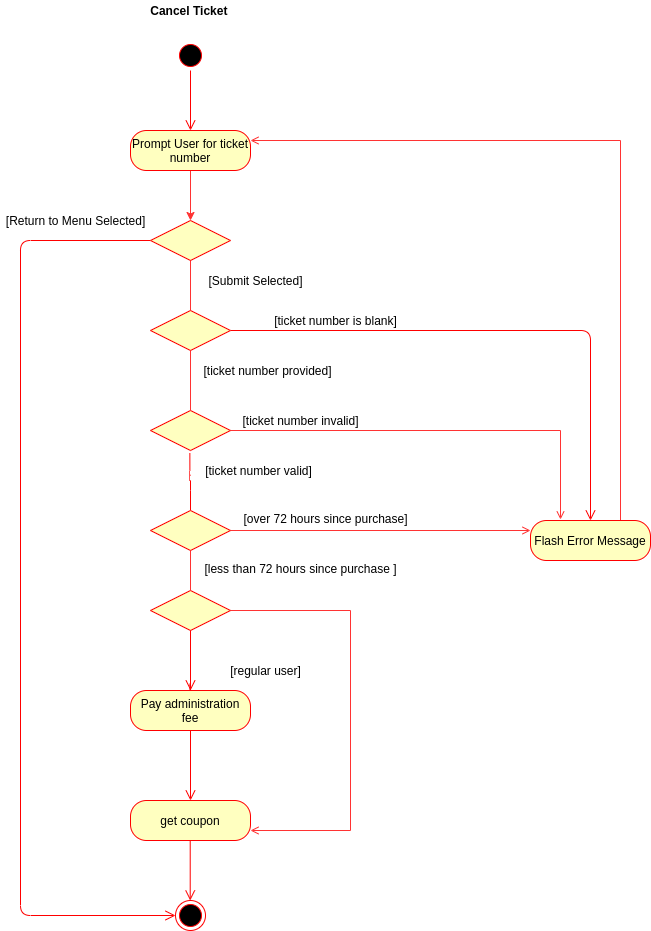
Earlier version of the draw.io export ActivityDiagrams/RefundTicketActivityDiagram.png (mklasby/ENSF_619_PROJECT). Source tidied: cells renumbered, new cells last; positions are measured from the earlier drawing's top-left corner, leaving out a move shared by most shapes.
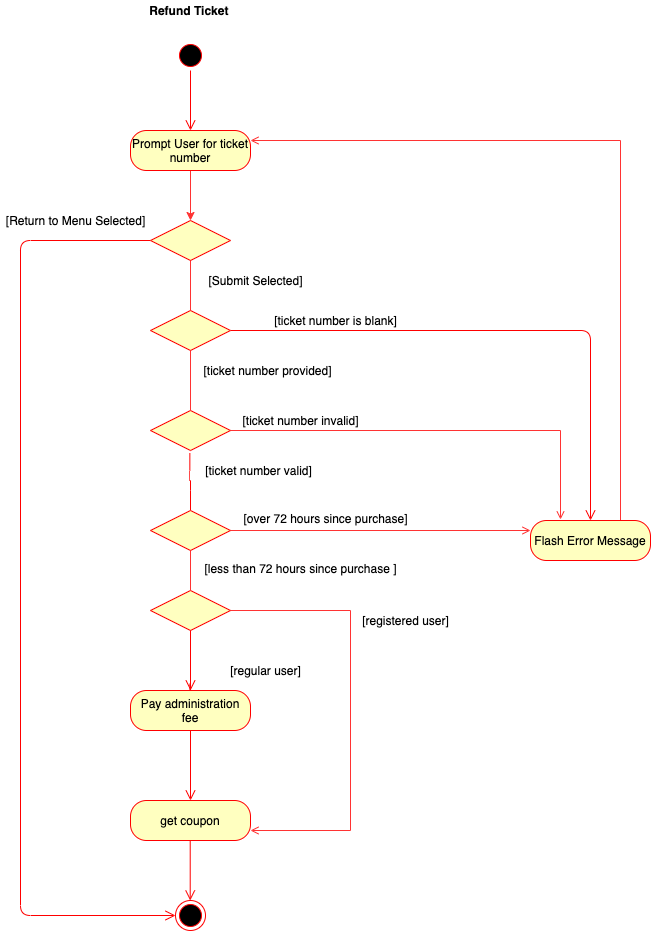
The same file after the commit.

Commit message:
updated refund ticket activity diagram

The edit, as a diff of the source:
```diff
@@ -5,51 +5,51 @@
     <mxCell id="2" style="ellipse;html=1;shape=startState;fillColor=#000000;strokeColor=#ff0000;" parent="1" vertex="1">
       <mxGeometry x="175" y="40" width="30" height="30" as="geometry" />
     </mxCell>
-    <mxCell id="3" style="edgeStyle=orthogonalEdgeStyle;html=1;verticalAlign=bottom;endArrow=open;endSize=8;strokeColor=#ff0000;" parent="1" edge="1" source="2">
-      <mxGeometry relative="1" as="geometry">
-        <mxPoint x="190" y="130" as="targetPoint" />
-      </mxGeometry>
-    </mxCell>
+    <mxCell id="39" style="edgeStyle=orthogonalEdgeStyle;html=1;verticalAlign=bottom;endArrow=open;endSize=8;strokeColor=#ff0000;" parent="1" edge="1" source="2">
+      <mxGeometry relative="1" as="geometry">
+        <mxPoint x="190" y="130" as="targetPoint" />
+      </mxGeometry>
+    </mxCell>
     <mxCell id="4" style="edgeStyle=orthogonalEdgeStyle;rounded=0;jettySize=auto;html=1;exitX=0.5;exitY=1;exitDx=0;exitDy=0;entryX=0.5;entryY=0;entryDx=0;entryDy=0;strokeColor=#FF3333;" parent="1" edge="1" source="5" target="25">
       <mxGeometry relative="1" as="geometry" />
     </mxCell>
     <mxCell id="5" value="Prompt User for ticket number" style="rounded=1;whiteSpace=wrap;html=1;arcSize=40;fontColor=#000000;fillColor=#ffffc0;strokeColor=#ff0000;" parent="1" vertex="1">
       <mxGeometry x="130" y="130" width="120" height="40" as="geometry" />
     </mxCell>
-    <mxCell id="6" style="edgeStyle=orthogonalEdgeStyle;html=1;verticalAlign=bottom;endArrow=open;endSize=8;strokeColor=#ff0000;" parent="1" edge="1" source="36">
-      <mxGeometry relative="1" as="geometry">
-        <mxPoint x="189.7" y="730" as="targetPoint" />
-        <Array as="points">
-          <mxPoint x="190" y="680" />
-        </Array>
-      </mxGeometry>
-    </mxCell>
-    <mxCell id="7" value="&lt;b&gt;Cancel Ticket&lt;/b&gt;&amp;nbsp;" style="text;html=1;align=center;verticalAlign=middle;" parent="1" vertex="1">
-      <mxGeometry x="140" width="100" height="20" as="geometry" />
-    </mxCell>
+    <mxCell id="40" style="edgeStyle=orthogonalEdgeStyle;html=1;verticalAlign=bottom;endArrow=open;endSize=8;strokeColor=#ff0000;" parent="1" edge="1" source="36">
+      <mxGeometry relative="1" as="geometry">
+        <mxPoint x="189.7" y="730" as="targetPoint" />
+        <Array as="points">
+          <mxPoint x="190" y="680" />
+        </Array>
+      </mxGeometry>
+    </mxCell>
+    <mxCell id="41" value="&lt;b&gt;Refund Ticket&lt;/b&gt;&amp;nbsp;" style="text;html=1;align=center;verticalAlign=middle;" parent="1" vertex="1">
+      <mxGeometry x="140" width="100" height="20" as="geometry" />
+    </mxCell>
     <mxCell id="8" value="get coupon" style="rounded=1;whiteSpace=wrap;html=1;arcSize=40;fontColor=#000000;fillColor=#ffffc0;strokeColor=#ff0000;" parent="1" vertex="1">
       <mxGeometry x="130" y="800" width="120" height="40" as="geometry" />
     </mxCell>
     <mxCell id="9" style="ellipse;html=1;shape=endState;fillColor=#000000;strokeColor=#ff0000;" parent="1" vertex="1">
       <mxGeometry x="175" y="900" width="30" height="30" as="geometry" />
     </mxCell>
-    <mxCell id="10" style="edgeStyle=orthogonalEdgeStyle;html=1;verticalAlign=bottom;endArrow=open;endSize=8;strokeColor=#ff0000;" parent="1" edge="1">
-      <mxGeometry relative="1" as="geometry">
-        <mxPoint x="189.7" y="840" as="sourcePoint" />
-        <mxPoint x="189.7" y="900" as="targetPoint" />
-      </mxGeometry>
-    </mxCell>
+    <mxCell id="42" style="edgeStyle=orthogonalEdgeStyle;html=1;verticalAlign=bottom;endArrow=open;endSize=8;strokeColor=#ff0000;" parent="1" edge="1">
+      <mxGeometry relative="1" as="geometry">
+        <mxPoint x="189.7" y="840" as="sourcePoint" />
+        <mxPoint x="189.7" y="900" as="targetPoint" />
+      </mxGeometry>
+    </mxCell>
     <mxCell id="11" style="edgeStyle=orthogonalEdgeStyle;rounded=0;jettySize=auto;html=1;exitX=0.75;exitY=0;exitDx=0;exitDy=0;entryX=1;entryY=0.25;entryDx=0;entryDy=0;endArrow=open;endFill=0;strokeColor=#FF3333;startArrow=none;startFill=0;" parent="1" edge="1" source="12" target="5">
       <mxGeometry relative="1" as="geometry" />
     </mxCell>
     <mxCell id="12" value="Flash Error Message" style="rounded=1;whiteSpace=wrap;html=1;arcSize=40;fontColor=#000000;fillColor=#ffffc0;strokeColor=#ff0000;" parent="1" vertex="1">
       <mxGeometry x="530" y="520" width="120" height="40" as="geometry" />
     </mxCell>
-    <mxCell id="13" style="edgeStyle=orthogonalEdgeStyle;rounded=0;jettySize=auto;html=1;exitX=1;exitY=0.5;exitDx=0;exitDy=0;endArrow=open;endFill=0;strokeColor=#FF3333;" parent="1" edge="1" source="14">
-      <mxGeometry relative="1" as="geometry">
-        <mxPoint x="560" y="519" as="targetPoint" />
-      </mxGeometry>
-    </mxCell>
+    <mxCell id="43" style="edgeStyle=orthogonalEdgeStyle;rounded=0;jettySize=auto;html=1;exitX=1;exitY=0.5;exitDx=0;exitDy=0;endArrow=open;endFill=0;strokeColor=#FF3333;" parent="1" edge="1" source="14">
+      <mxGeometry relative="1" as="geometry">
+        <mxPoint x="560" y="519" as="targetPoint" />
+      </mxGeometry>
+    </mxCell>
     <mxCell id="14" style="rhombus;whiteSpace=wrap;html=1;fillColor=#ffffc0;strokeColor=#ff0000;" parent="1" vertex="1">
       <mxGeometry x="150" y="410" width="80" height="40" as="geometry" />
     </mxCell>
@@ -129,15 +129,18 @@
     <mxCell id="36" value="Pay administration fee" style="rounded=1;whiteSpace=wrap;html=1;arcSize=40;fontColor=#000000;fillColor=#ffffc0;strokeColor=#ff0000;" parent="1" vertex="1">
       <mxGeometry x="130" y="690" width="120" height="40" as="geometry" />
     </mxCell>
-    <mxCell id="37" style="edgeStyle=orthogonalEdgeStyle;html=1;verticalAlign=bottom;endArrow=open;endSize=8;strokeColor=#ff0000;" parent="1" edge="1" target="36">
-      <mxGeometry relative="1" as="geometry">
-        <mxPoint x="190" y="630" as="sourcePoint" />
-      </mxGeometry>
-    </mxCell>
-    <mxCell id="38" style="edgeStyle=orthogonalEdgeStyle;html=1;verticalAlign=bottom;endArrow=open;endSize=8;strokeColor=#ff0000;" parent="1" edge="1" source="36">
-      <mxGeometry relative="1" as="geometry">
-        <mxPoint x="190" y="800" as="targetPoint" />
-      </mxGeometry>
-    </mxCell>
+    <mxCell id="44" style="edgeStyle=orthogonalEdgeStyle;html=1;verticalAlign=bottom;endArrow=open;endSize=8;strokeColor=#ff0000;" parent="1" edge="1" target="36">
+      <mxGeometry relative="1" as="geometry">
+        <mxPoint x="190" y="630" as="sourcePoint" />
+      </mxGeometry>
+    </mxCell>
+    <mxCell id="45" style="edgeStyle=orthogonalEdgeStyle;html=1;verticalAlign=bottom;endArrow=open;endSize=8;strokeColor=#ff0000;" parent="1" edge="1" source="36">
+      <mxGeometry relative="1" as="geometry">
+        <mxPoint x="190" y="800" as="targetPoint" />
+      </mxGeometry>
+    </mxCell>
+    <mxCell id="46" value="[registered user]" style="text;html=1;align=center;verticalAlign=middle;" parent="1" vertex="1">
+      <mxGeometry x="355" y="610" width="100" height="20" as="geometry" />
+    </mxCell>
   </root>
 </mxGraphModel>
```
